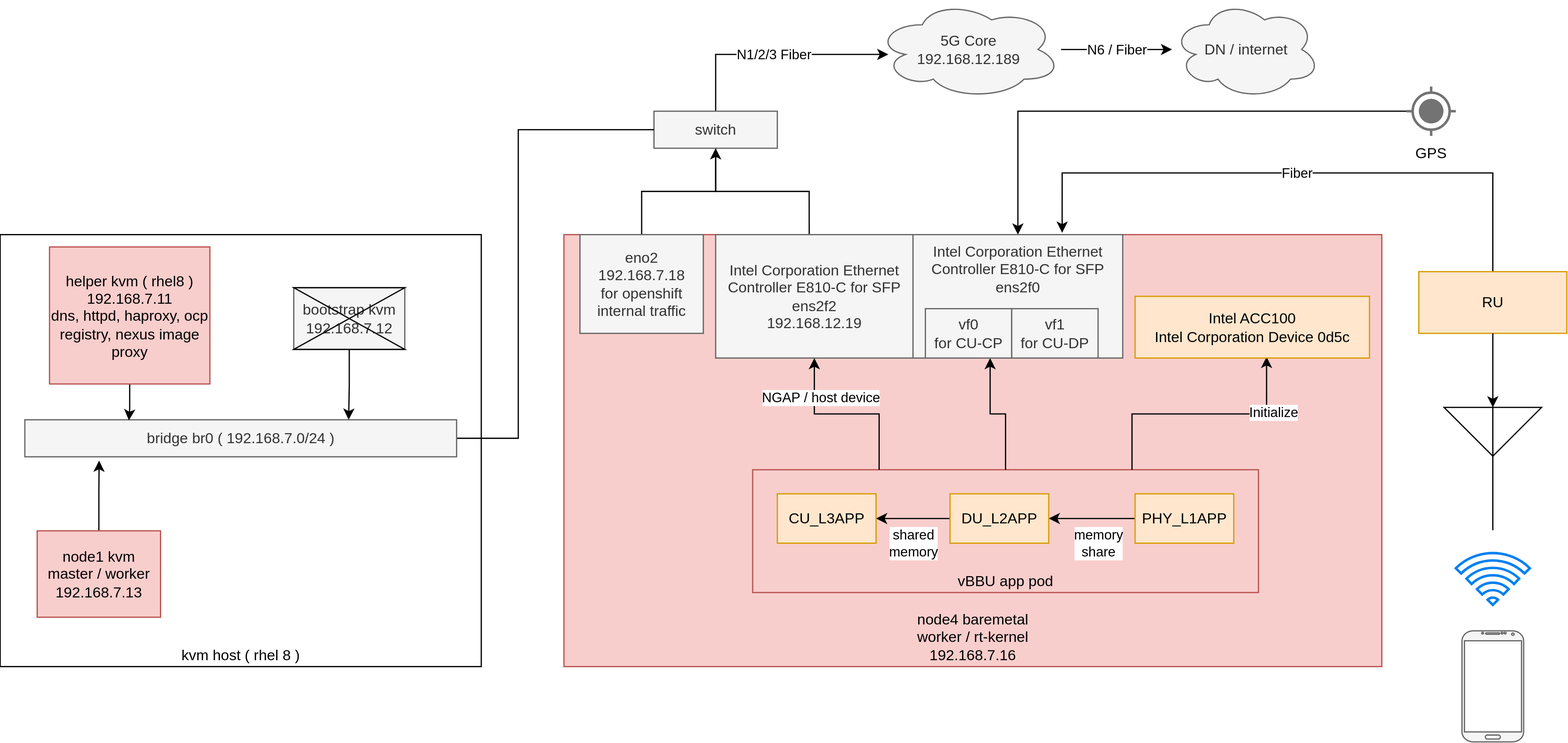
The draw.io diagram redhat/ocp4/4.10/dia/4.9.real-time.kernel.drawio.svg in wangzheng422/docker_env, before a commit. Source tidied: cells renumbered, new cells last; positions are measured from the earlier drawing's top-left corner, leaving out a move shared by most shapes.
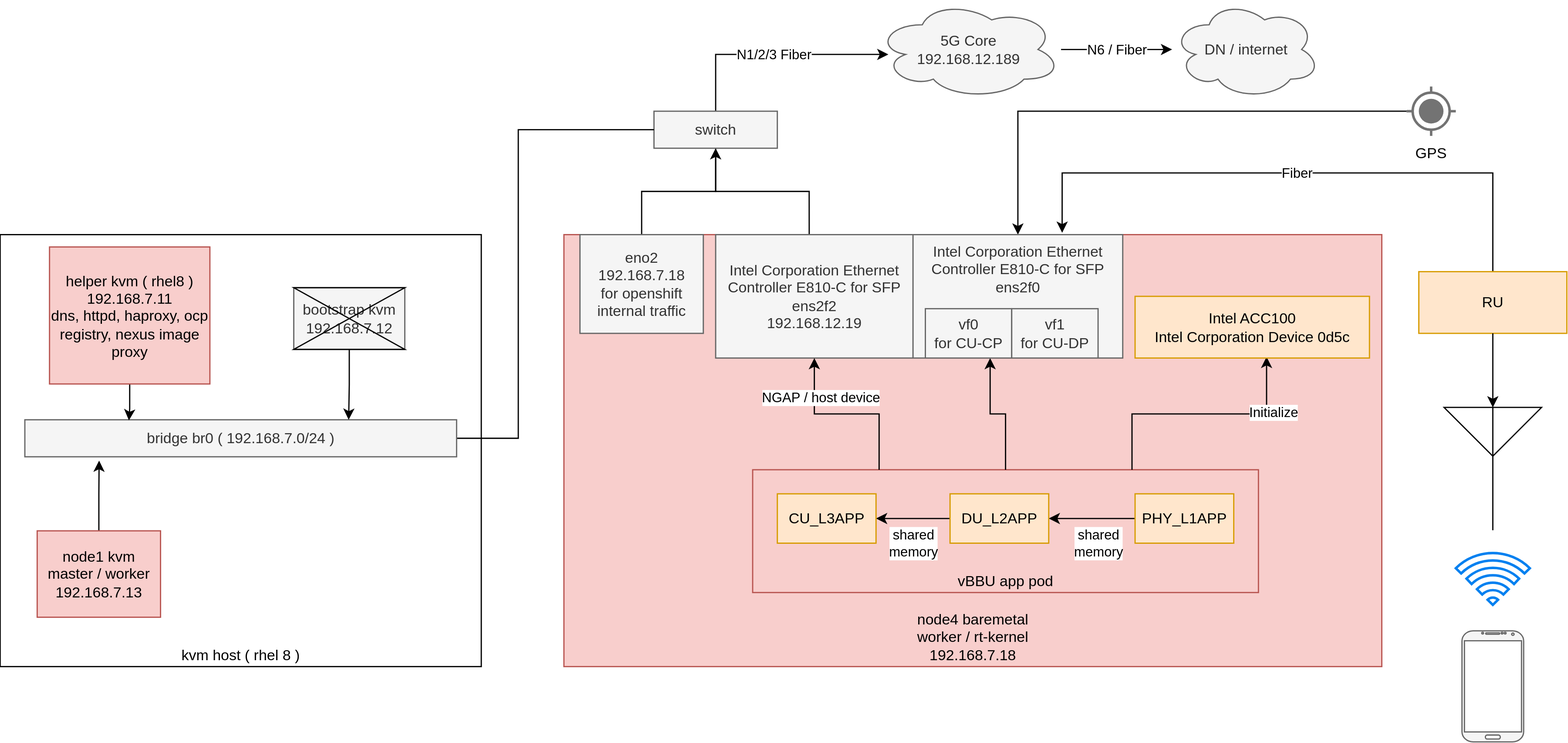
The same diagram one commit later.

The edit, as a diff of the source:
```diff
@@ -5,7 +5,7 @@
     <mxCell id="2" value="kvm host ( rhel 8 )" style="rounded=0;whiteSpace=wrap;html=1;verticalAlign=bottom;" parent="1" vertex="1">
       <mxGeometry y="190" width="390" height="350" as="geometry" />
     </mxCell>
-    <mxCell id="3" value="node4 baremetal&lt;br&gt;worker / rt-kernel&lt;br&gt;192.168.7.16" style="rounded=0;whiteSpace=wrap;html=1;verticalAlign=bottom;fillColor=#f8cecc;strokeColor=#b85450;" parent="1" vertex="1">
+    <mxCell id="3" value="node4 baremetal&lt;br&gt;worker / rt-kernel&lt;br&gt;192.168.7.18" style="rounded=0;whiteSpace=wrap;html=1;verticalAlign=bottom;fillColor=#f8cecc;strokeColor=#b85450;" parent="1" vertex="1">
       <mxGeometry x="457" y="190" width="663" height="350" as="geometry" />
     </mxCell>
     <mxCell id="4" value="vBBU app pod" style="rounded=0;whiteSpace=wrap;html=1;verticalAlign=bottom;fillColor=#f8cecc;strokeColor=#b85450;" parent="1" vertex="1">
@@ -93,7 +93,7 @@
     <mxCell id="28" value="NGAP / host device" style="edgeStyle=orthogonalEdgeStyle;rounded=0;jettySize=auto;html=1;entryX=0.5;entryY=1;entryDx=0;entryDy=0;exitX=0.25;exitY=0;exitDx=0;exitDy=0;" parent="15" edge="1" source="4" target="25">
       <mxGeometry x="0.56" y="-5" relative="1" as="geometry" />
     </mxCell>
-    <mxCell id="29" value="memory&amp;nbsp;&lt;br&gt;share" style="edgeStyle=orthogonalEdgeStyle;rounded=0;jettySize=auto;html=1;entryX=1;entryY=0.5;entryDx=0;entryDy=0;exitX=0;exitY=0.5;exitDx=0;exitDy=0;" parent="15" edge="1" source="30" target="32">
+    <mxCell id="29" value="shared&lt;br&gt;memory" style="edgeStyle=orthogonalEdgeStyle;rounded=0;jettySize=auto;html=1;entryX=1;entryY=0.5;entryDx=0;entryDy=0;exitX=0;exitY=0.5;exitDx=0;exitDy=0;" parent="15" edge="1" source="30" target="32">
       <mxGeometry x="-0.14" y="20" relative="1" as="geometry">
         <Array as="points">
           <mxPoint x="860" y="420" />
```
